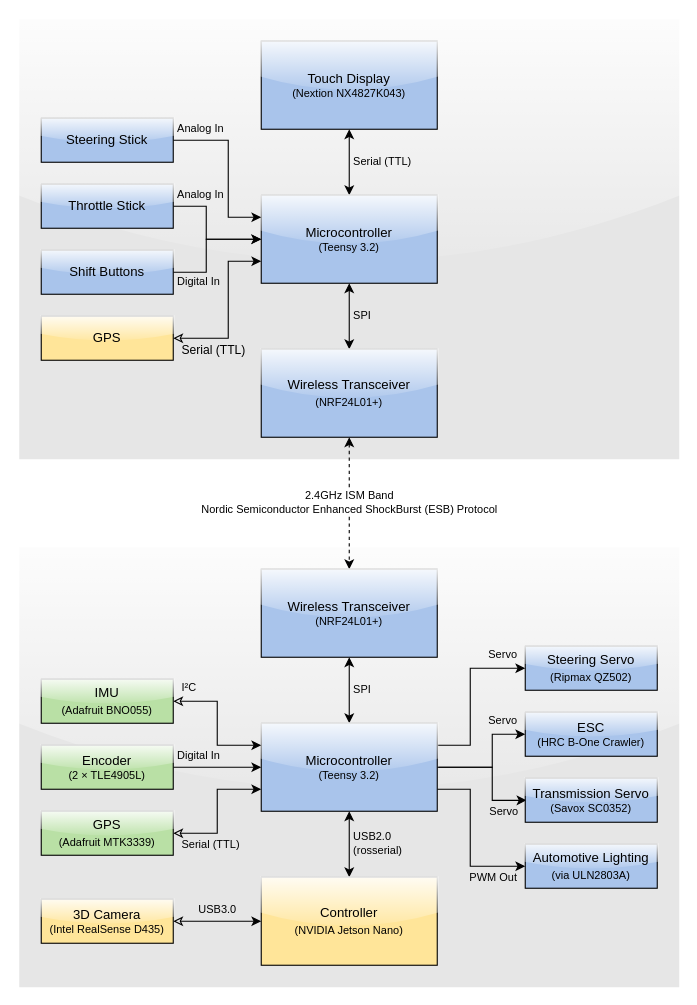
Above: documentation/src/images/electronics-block-diagram.drawio in maartendemunck/earth-rover (draw.io), before the change. Source tidied: cells renumbered, new cells numbered last; positions are measured from the earlier drawing's top-left corner, leaving out a move shared by most shapes. Both pictures are drawn from the tidied source at 110%, with x=0, y=0 at pixel (19, 19).
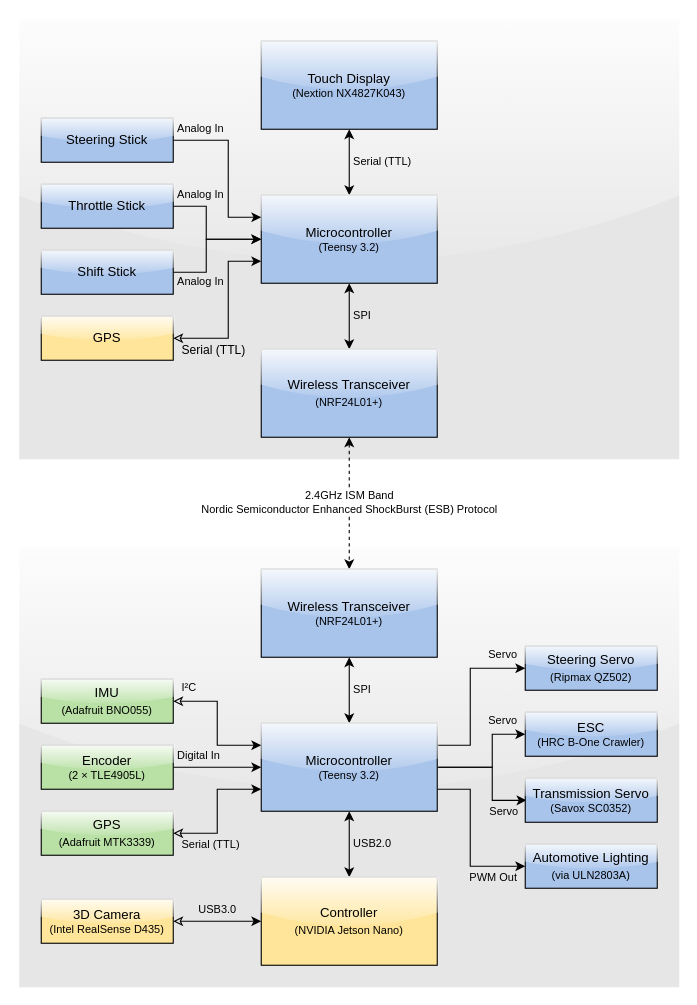
After the change.

Unchanged cells that the change refers to:
```xml
<mxCell id="7" value="&lt;div&gt;Microcontroller&lt;/div&gt;&lt;div style=&quot;font-size: 10px&quot;&gt;&lt;font style=&quot;font-size: 10px&quot;&gt;(Teensy 3.2)&lt;/font&gt;&lt;/div&gt;" style="rounded=0;whiteSpace=wrap;html=1;fillColor=#A9C4EB;glass=1;" parent="1" vertex="1">
  <mxGeometry x="220" y="160" width="160" height="80" as="geometry" />
</mxCell>
<mxCell id="19" value="&lt;div&gt;Microcontroller&lt;/div&gt;&lt;div style=&quot;font-size: 10px&quot;&gt;(Teensy 3.2)&lt;br&gt;&lt;/div&gt;" style="rounded=0;whiteSpace=wrap;html=1;fillColor=#A9C4EB;glass=1;" parent="1" vertex="1">
  <mxGeometry x="220" y="640" width="160" height="80" as="geometry" />
</mxCell>
<mxCell id="20" value="&lt;div&gt;Controller&lt;/div&gt;&lt;div&gt;&lt;font style=&quot;font-size: 10px&quot;&gt;(NVIDIA Jetson Nano)&lt;/font&gt;&lt;br&gt;&lt;/div&gt;" style="rounded=0;whiteSpace=wrap;html=1;fillColor=#FFE599;glass=1;" parent="1" vertex="1">
  <mxGeometry x="220" y="780" width="160" height="80" as="geometry" />
</mxCell>
```

The edit, as a diff of the source:
```diff
@@
-    <mxCell id="14" value="USB2.0&lt;br&gt;&lt;div align=&quot;left&quot;&gt;(rosserial)&lt;/div&gt;" style="edgeStyle=orthogonalEdgeStyle;rounded=0;jettySize=auto;html=1;exitX=0.5;exitY=1;exitDx=0;exitDy=0;entryX=0.5;entryY=0;entryDx=0;entryDy=0;startArrow=classic;startFill=1;spacingBottom=3;spacing=4;labelBackgroundColor=none;fontSize=10;align=left;" parent="1" edge="1" source="19" target="20">
+    <mxCell id="14" value="USB2.0" style="edgeStyle=orthogonalEdgeStyle;rounded=0;jettySize=auto;html=1;exitX=0.5;exitY=1;exitDx=0;exitDy=0;entryX=0.5;entryY=0;entryDx=0;entryDy=0;startArrow=classic;startFill=1;spacingBottom=3;spacing=4;labelBackgroundColor=none;fontSize=10;align=left;" parent="1" edge="1" source="19" target="20">
       <mxGeometry relative="1" as="geometry" />
     </mxCell>
@@
-    <mxCell id="23" value="Digital In" style="edgeStyle=orthogonalEdgeStyle;rounded=0;jettySize=auto;html=1;exitX=1;exitY=0.5;exitDx=0;exitDy=0;entryX=0;entryY=0.5;entryDx=0;entryDy=0;startArrow=none;startFill=0;spacingBottom=0;spacing=0;labelBackgroundColor=none;fontSize=10;align=left;verticalAlign=top;spacingLeft=4;spacingTop=-2;" parent="1" edge="1" source="24" target="7">
+    <mxCell id="23" value="Analog In" style="edgeStyle=orthogonalEdgeStyle;rounded=0;jettySize=auto;html=1;exitX=1;exitY=0.5;exitDx=0;exitDy=0;entryX=0;entryY=0.5;entryDx=0;entryDy=0;startArrow=none;startFill=0;spacingBottom=0;spacing=0;labelBackgroundColor=none;fontSize=10;align=left;verticalAlign=top;spacingLeft=4;spacingTop=-2;" parent="1" edge="1" source="24" target="7">
       <mxGeometry x="-0.45" y="30" relative="1" as="geometry">
         <Array as="points">
           <mxPoint x="170" y="230" />
           <mxPoint x="170" y="200" />
         </Array>
       </mxGeometry>
     </mxCell>
-    <mxCell id="24" value="Shift Buttons" style="rounded=0;whiteSpace=wrap;html=1;fillColor=#A9C4EB;glass=1;" parent="1" vertex="1">
+    <mxCell id="24" value="Shift Stick" style="rounded=0;whiteSpace=wrap;html=1;fillColor=#A9C4EB;glass=1;" parent="1" vertex="1">
       <mxGeometry x="20" y="210" width="120" height="40" as="geometry" />
     </mxCell>
```
